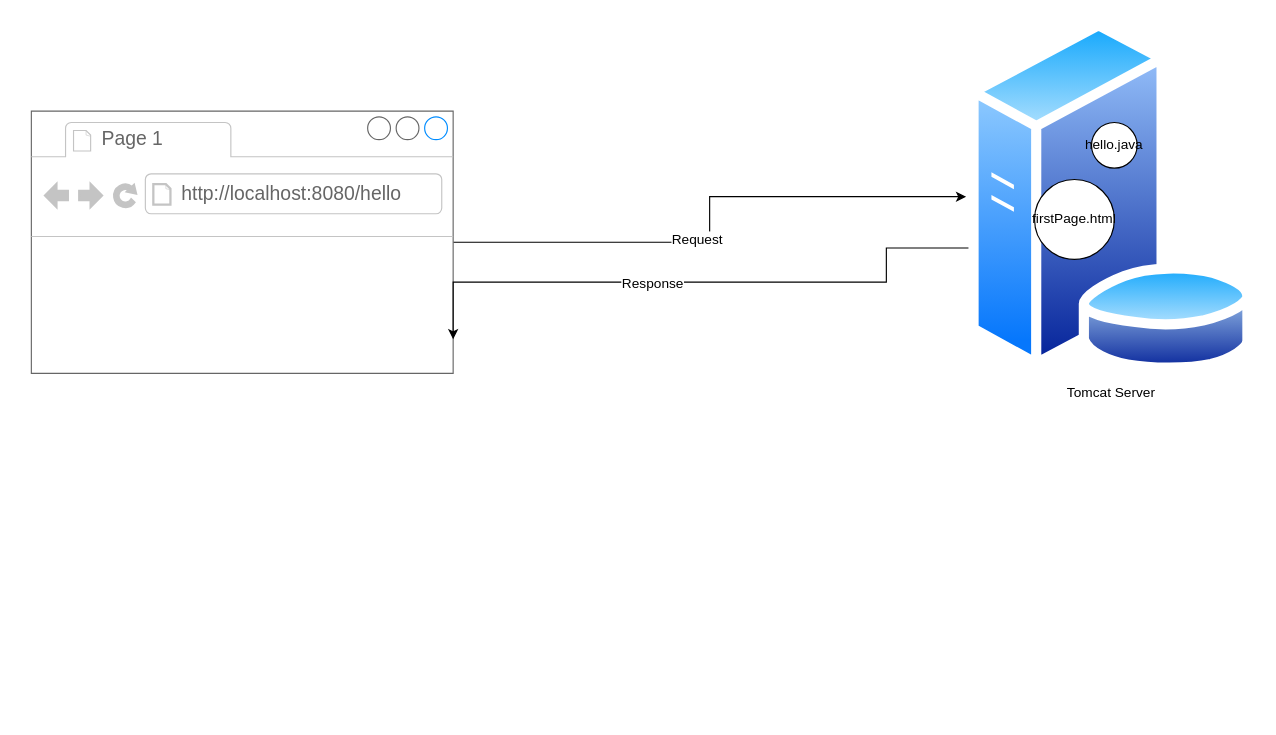
Above: page "Web Application" (12 of 13) of batch33.drawio in jayramrout/batch33 (draw.io), before the change. Source tidied: cells renumbered, new cells numbered last; positions are measured from the earlier drawing's top-left corner, leaving out a move shared by most shapes. Both pictures are drawn from the tidied source at 114%, with x=0, y=0 at pixel (31, 19).
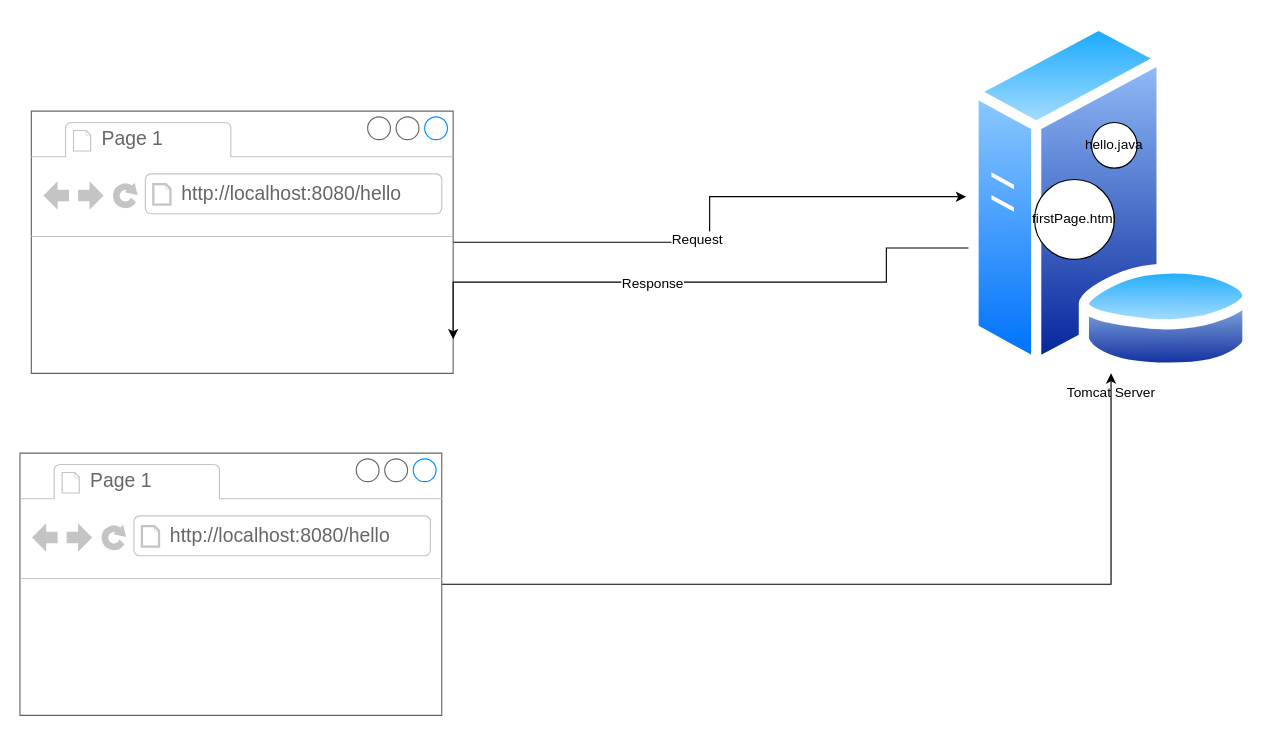
Above is the later version.

Change to the diagram source:
```diff
@@
 <mxGraphModel>
   <root>
     <mxCell id="0" />
     <mxCell id="1" parent="0" />
     <mxCell id="2" style="edgeStyle=orthogonalEdgeStyle;rounded=0;jettySize=auto;html=1;" parent="1" edge="1" source="4" target="9">
       <mxGeometry relative="1" as="geometry" />
     </mxCell>
     <mxCell id="3" value="Request" style="text;html=1;align=center;verticalAlign=middle;labelBackgroundColor=#ffffff;" parent="2" vertex="1">
       <mxGeometry x="-0.13" y="3" relative="1" as="geometry" />
     </mxCell>
     <mxCell id="4" style="strokeWidth=1;shadow=0;dashed=0;align=center;html=1;shape=mxgraph.mockup.containers.browserWindow;rSize=0;strokeColor=#666666;strokeColor2=#008cff;strokeColor3=#c4c4c4;mainText=,;" parent="1" vertex="1">
       <mxGeometry y="80" width="370" height="230" as="geometry" />
     </mxCell>
     <mxCell id="5" value="Page 1" style="strokeWidth=1;shadow=0;dashed=0;align=center;html=1;shape=mxgraph.mockup.containers.anchor;fontSize=17;fontColor=#666666;align=left;" parent="4" vertex="1">
       <mxGeometry x="60" y="12" width="110" height="26" as="geometry" />
     </mxCell>
     <mxCell id="6" value="http://localhost:8080/hello" style="strokeWidth=1;shadow=0;dashed=0;align=center;html=1;shape=mxgraph.mockup.containers.anchor;rSize=0;fontSize=17;fontColor=#666666;align=left;" parent="4" vertex="1">
       <mxGeometry x="130" y="60" width="250" height="26" as="geometry" />
     </mxCell>
     <mxCell id="7" style="edgeStyle=orthogonalEdgeStyle;rounded=0;jettySize=auto;html=1;entryX=1;entryY=0.87;entryDx=0;entryDy=0;entryPerimeter=0;" parent="1" edge="1" source="9" target="4">
       <mxGeometry relative="1" as="geometry">
         <Array as="points">
           <mxPoint x="750" y="200" />
           <mxPoint x="750" y="230" />
         </Array>
       </mxGeometry>
     </mxCell>
     <mxCell id="8" value="Response" style="text;html=1;align=center;verticalAlign=middle;labelBackgroundColor=#ffffff;" parent="7" vertex="1">
       <mxGeometry x="0.16" y="1" relative="1" as="geometry" />
     </mxCell>
     <mxCell id="9" value="Tomcat Server" style="perimeter=ellipsePerimeter;html=1;align=center;shadow=0;dashed=0;spacingTop=3;image;image=img/lib/active_directory/database_server.svg;" parent="1" vertex="1">
       <mxGeometry x="820" width="254.2" height="310" as="geometry" />
     </mxCell>
     <mxCell id="10" value="hello.java" style="ellipse;whiteSpace=wrap;html=1;" parent="1" vertex="1">
       <mxGeometry x="930" y="90" width="40" height="40" as="geometry" />
     </mxCell>
     <mxCell id="11" value="firstPage.html" style="ellipse;whiteSpace=wrap;html=1;" parent="1" vertex="1">
       <mxGeometry x="880" y="140" width="70" height="70" as="geometry" />
     </mxCell>
+    <mxCell id="12" style="edgeStyle=orthogonalEdgeStyle;rounded=0;jettySize=auto;html=1;" parent="1" edge="1" source="13" target="9">
+      <mxGeometry relative="1" as="geometry" />
+    </mxCell>
+    <mxCell id="13" style="strokeWidth=1;shadow=0;dashed=0;align=center;html=1;shape=mxgraph.mockup.containers.browserWindow;rSize=0;strokeColor=#666666;strokeColor2=#008cff;strokeColor3=#c4c4c4;mainText=,;" parent="1" vertex="1">
+      <mxGeometry x="-10" y="380" width="370" height="230" as="geometry" />
+    </mxCell>
+    <mxCell id="14" value="Page 1" style="strokeWidth=1;shadow=0;dashed=0;align=center;html=1;shape=mxgraph.mockup.containers.anchor;fontSize=17;fontColor=#666666;align=left;" parent="13" vertex="1">
+      <mxGeometry x="60" y="12" width="110" height="26" as="geometry" />
+    </mxCell>
+    <mxCell id="15" value="http://localhost:8080/hello" style="strokeWidth=1;shadow=0;dashed=0;align=center;html=1;shape=mxgraph.mockup.containers.anchor;rSize=0;fontSize=17;fontColor=#666666;align=left;" parent="13" vertex="1">
+      <mxGeometry x="130" y="60" width="250" height="26" as="geometry" />
+    </mxCell>
   </root>
 </mxGraphModel>
```
